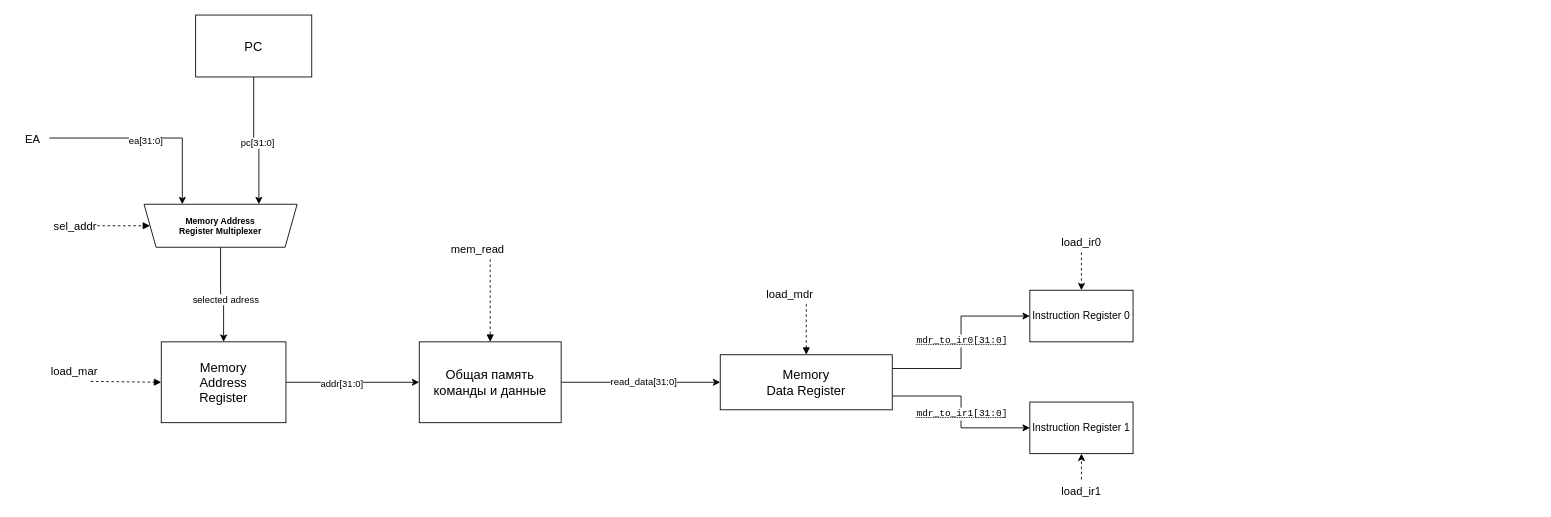
Before: scheme.drawio in LischenerKS/scheme, a draw.io diagram. Source tidied: cells renumbered, new cells numbered last; positions are measured from the earlier drawing's top-left corner, leaving out a move shared by most shapes. Both pictures are drawn from the tidied source at 86%, with x=0, y=0 at pixel (15, 15).
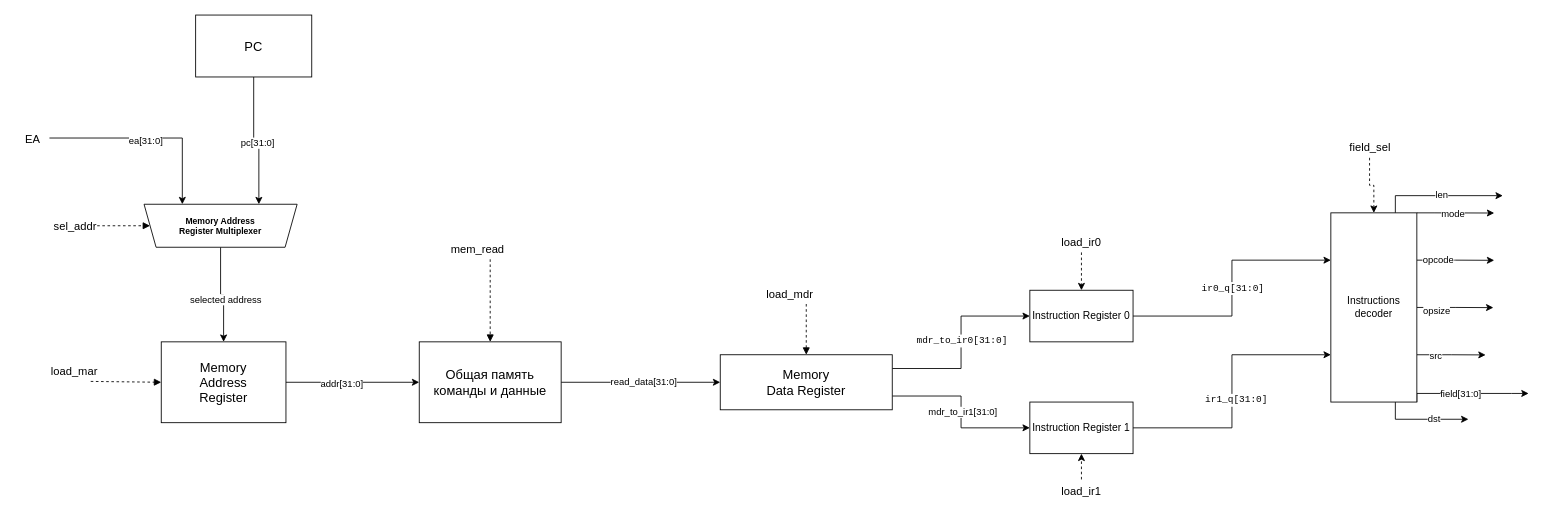
Above is the later version.

Commit message:
add instructions decoder

Unchanged cells that the change refers to:
```xml
<mxCell id="11" style="edgeStyle=orthogonalEdgeStyle;rounded=0;jettySize=auto;html=1;exitX=1;exitY=0.25;exitDx=0;exitDy=0;entryX=0;entryY=0.5;entryDx=0;entryDy=0;defaultLabelBackgroundColor=page;labelPadding=0 4;" parent="1" edge="1" source="15" target="30">
  <mxGeometry relative="1" as="geometry" />
</mxCell>
<mxCell id="13" style="edgeStyle=orthogonalEdgeStyle;rounded=0;jettySize=auto;html=1;exitX=1;exitY=0.75;exitDx=0;exitDy=0;entryX=0;entryY=0.5;entryDx=0;entryDy=0;defaultLabelBackgroundColor=page;labelPadding=0 4;" parent="1" edge="1" source="15" target="31">
  <mxGeometry relative="1" as="geometry" />
</mxCell>
<mxCell id="24" style="edgeStyle=orthogonalEdgeStyle;rounded=0;jettySize=auto;html=1;exitX=0.5;exitY=0;exitDx=0;exitDy=0;entryX=0.5;entryY=0;entryDx=0;entryDy=0;defaultLabelBackgroundColor=page;labelPadding=0 4;" parent="1" edge="1" source="26" target="7">
  <mxGeometry relative="1" as="geometry" />
</mxCell>
<mxCell id="30" value="Instruction Register 0" style="rounded=0;whiteSpace=wrap;html=1;" parent="1" vertex="1">
  <mxGeometry x="1180" y="320" width="120" height="60" as="geometry" />
</mxCell>
<mxCell id="31" value="Instruction Register 1" style="rounded=0;whiteSpace=wrap;html=1;" parent="1" vertex="1">
  <mxGeometry x="1180" y="450" width="120" height="60" as="geometry" />
</mxCell>
```

Change to the diagram source:
```diff
@@
-    <mxCell id="12" value="&lt;code&gt;&lt;abbr title=&quot;32 бита от регистра данных памяти ко входу первого регистра инструкции&quot;&gt;mdr_to_ir0[31:0]&lt;/abbr&gt;&lt;/code&gt;" style="edgeLabel;html=1;align=center;verticalAlign=middle;inheritText=1;defaultLabelBackgroundColor=page;labelPadding=0 4;" parent="11" vertex="1">
+    <mxCell id="12" value="&lt;code&gt;&lt;abbr&gt;mdr_to_ir0[31:0]&lt;/abbr&gt;&lt;/code&gt;" style="edgeLabel;html=1;align=center;verticalAlign=middle;inheritText=1;defaultLabelBackgroundColor=page;labelPadding=0 4;" parent="11" vertex="1">
       <mxGeometry x="0.02" relative="1" as="geometry" />
     </mxCell>
@@
-    <mxCell id="14" value="&lt;code&gt;&lt;abbr title=&quot;32 бита от регистра данных памяти ко входу первого регистра инструкции&quot;&gt;mdr_to_ir1[31:0]&lt;/abbr&gt;&lt;/code&gt;" style="edgeLabel;html=1;align=center;verticalAlign=middle;inheritText=1;defaultLabelBackgroundColor=page;labelPadding=0 4;" parent="13" vertex="1">
-      <mxGeometry x="0.02" relative="1" as="geometry" />
+    <mxCell id="14" value="mdr_to_ir1[31:0]" style="edgeLabel;html=1;align=center;verticalAlign=middle;inheritText=1;defaultLabelBackgroundColor=page;labelPadding=0 4;" parent="13" vertex="1">
+      <mxGeometry x="-0.01" y="1" relative="1" as="geometry" />
     </mxCell>
@@
-    <mxCell id="25" value="selected adress" style="edgeLabel;html=1;align=center;verticalAlign=middle;inheritText=1;defaultLabelBackgroundColor=page;labelPadding=0 4;" parent="24" vertex="1">
+    <mxCell id="25" value="selected address" style="edgeLabel;html=1;align=center;verticalAlign=middle;inheritText=1;defaultLabelBackgroundColor=page;labelPadding=0 4;" parent="24" vertex="1">
       <mxGeometry x="0.12" y="2" relative="1" as="geometry" />
     </mxCell>
@@
+    <mxCell id="36" style="edgeStyle=orthogonalEdgeStyle;rounded=0;jettySize=auto;html=1;exitX=1;exitY=0.5;exitDx=0;exitDy=0;entryX=0;entryY=0.25;entryDx=0;entryDy=0;defaultLabelBackgroundColor=page;labelPadding=0 4;" parent="1" edge="1" source="30" target="54">
+      <mxGeometry relative="1" as="geometry" />
+    </mxCell>
+    <mxCell id="37" value="&lt;code&gt;&lt;abbr&gt;ir0_q[31:0]&lt;/abbr&gt;&lt;/code&gt;" style="edgeLabel;html=1;align=center;verticalAlign=middle;inheritText=1;defaultLabelBackgroundColor=page;labelPadding=0 4;" parent="36" vertex="1">
+      <mxGeometry relative="1" as="geometry" />
+    </mxCell>
@@
+    <mxCell id="38" style="edgeStyle=orthogonalEdgeStyle;rounded=0;jettySize=auto;html=1;exitX=1;exitY=0.5;exitDx=0;exitDy=0;entryX=0;entryY=0.75;entryDx=0;entryDy=0;defaultLabelBackgroundColor=page;labelPadding=0 4;" parent="1" edge="1" source="31" target="54">
+      <mxGeometry relative="1" as="geometry" />
+    </mxCell>
+    <mxCell id="39" value="&lt;code&gt;&lt;abbr&gt;ir1_q[31:0]&lt;/abbr&gt;&lt;/code&gt;" style="edgeLabel;html=1;align=center;verticalAlign=middle;inheritText=1;defaultLabelBackgroundColor=page;labelPadding=0 4;" parent="38" vertex="1">
+      <mxGeometry x="-0.06" y="-4" relative="1" as="geometry" />
+    </mxCell>
@@
+    <mxCell id="40" style="edgeStyle=orthogonalEdgeStyle;rounded=0;jettySize=auto;html=1;exitX=1;exitY=0.25;exitDx=0;exitDy=0;defaultLabelBackgroundColor=page;labelPadding=0 4;" parent="1" edge="1" source="54">
+      <mxGeometry x="-0.45" relative="1" as="geometry">
+        <mxPoint x="1720" y="285.2" as="targetPoint" />
+      </mxGeometry>
+    </mxCell>
+    <mxCell id="41" value="opcode" style="edgeLabel;html=1;align=center;verticalAlign=middle;inheritText=1;defaultLabelBackgroundColor=page;labelPadding=0 4;" parent="40" vertex="1">
+      <mxGeometry x="-0.47" y="1" relative="1" as="geometry" />
+    </mxCell>
+    <mxCell id="42" style="edgeStyle=orthogonalEdgeStyle;rounded=0;jettySize=auto;html=1;exitX=1;exitY=0.5;exitDx=0;exitDy=0;defaultLabelBackgroundColor=page;labelPadding=0 4;" parent="1" edge="1" source="54">
+      <mxGeometry x="-0.02" relative="1" as="geometry">
+        <mxPoint x="1719" y="340.2" as="targetPoint" />
+      </mxGeometry>
+    </mxCell>
+    <mxCell id="43" value="opsize" style="edgeLabel;html=1;align=center;verticalAlign=middle;inheritText=1;defaultLabelBackgroundColor=page;labelPadding=0 4;" parent="42" vertex="1">
+      <mxGeometry x="-0.51" y="-3" relative="1" as="geometry" />
+    </mxCell>
+    <mxCell id="44" style="edgeStyle=orthogonalEdgeStyle;rounded=0;jettySize=auto;html=1;exitX=1;exitY=0.75;exitDx=0;exitDy=0;defaultLabelBackgroundColor=page;labelPadding=0 4;" parent="1" edge="1" source="54">
+      <mxGeometry relative="1" as="geometry">
+        <mxPoint x="1710" y="395.2" as="targetPoint" />
+      </mxGeometry>
+    </mxCell>
+    <mxCell id="45" value="src" style="edgeLabel;html=1;align=center;verticalAlign=middle;inheritText=1;defaultLabelBackgroundColor=page;labelPadding=0 4;" parent="44" vertex="1">
+      <mxGeometry x="-0.49" relative="1" as="geometry" />
+    </mxCell>
+    <mxCell id="46" style="edgeStyle=orthogonalEdgeStyle;rounded=0;jettySize=auto;html=1;exitX=0.75;exitY=1;exitDx=0;exitDy=0;defaultLabelBackgroundColor=page;labelPadding=0 4;" parent="1" edge="1" source="54">
+      <mxGeometry x="0.2" relative="1" as="geometry">
+        <mxPoint x="1690" y="470" as="targetPoint" />
+        <Array as="points">
+          <mxPoint x="1605" y="470" />
+        </Array>
+      </mxGeometry>
+    </mxCell>
+    <mxCell id="47" value="dst" style="edgeLabel;html=1;align=center;verticalAlign=middle;inheritText=1;defaultLabelBackgroundColor=page;labelPadding=0 4;" parent="46" vertex="1">
+      <mxGeometry x="0.21" y="1" relative="1" as="geometry" />
+    </mxCell>
+    <mxCell id="48" style="edgeStyle=orthogonalEdgeStyle;rounded=0;jettySize=auto;html=1;exitX=1;exitY=0;exitDx=0;exitDy=0;defaultLabelBackgroundColor=page;labelPadding=0 4;" parent="1" edge="1" source="54">
+      <mxGeometry relative="1" as="geometry">
+        <mxPoint x="1720" y="230.2" as="targetPoint" />
+        <Array as="points">
+          <mxPoint x="1650" y="230" />
+          <mxPoint x="1650" y="230" />
+        </Array>
+      </mxGeometry>
+    </mxCell>
+    <mxCell id="49" value="mode" style="edgeLabel;html=1;align=center;verticalAlign=middle;inheritText=1;defaultLabelBackgroundColor=page;labelPadding=0 4;" parent="48" vertex="1">
+      <mxGeometry x="-0.06" relative="1" as="geometry" />
+    </mxCell>
+    <mxCell id="50" style="edgeStyle=orthogonalEdgeStyle;rounded=0;jettySize=auto;html=1;exitX=0.75;exitY=0;exitDx=0;exitDy=0;defaultLabelBackgroundColor=page;labelPadding=0 4;" parent="1" edge="1" source="54">
+      <mxGeometry x="0.3" relative="1" as="geometry">
+        <mxPoint x="1730" y="210" as="targetPoint" />
+        <Array as="points">
+          <mxPoint x="1605" y="210" />
+        </Array>
+      </mxGeometry>
+    </mxCell>
+    <mxCell id="51" value="len" style="edgeLabel;html=1;align=center;verticalAlign=middle;inheritText=1;defaultLabelBackgroundColor=page;labelPadding=0 4;" parent="50" vertex="1">
+      <mxGeometry x="0.01" y="2" relative="1" as="geometry" />
+    </mxCell>
+    <mxCell id="52" style="edgeStyle=orthogonalEdgeStyle;rounded=0;jettySize=auto;html=1;exitX=1;exitY=1;exitDx=0;exitDy=0;defaultLabelBackgroundColor=page;labelPadding=0 4;" parent="1" edge="1" source="54">
+      <mxGeometry relative="1" as="geometry">
+        <mxPoint x="1760" y="440" as="targetPoint" />
+        <Array as="points">
+          <mxPoint x="1630" y="440" />
+          <mxPoint x="1740" y="440" />
+        </Array>
+      </mxGeometry>
+    </mxCell>
+    <mxCell id="53" value="field[31:0]" style="edgeLabel;html=1;align=center;verticalAlign=middle;inheritText=1;defaultLabelBackgroundColor=page;labelPadding=0 4;" parent="52" vertex="1">
+      <mxGeometry x="-0.15" relative="1" as="geometry" />
+    </mxCell>
+    <mxCell id="54" value="Instructions decoder" style="rounded=0;whiteSpace=wrap;html=1;" parent="1" vertex="1">
+      <mxGeometry x="1530" y="230" width="100" height="220" as="geometry" />
+    </mxCell>
+    <mxCell id="55" style="edgeStyle=orthogonalEdgeStyle;rounded=0;jettySize=auto;html=1;exitX=0.5;exitY=1;exitDx=0;exitDy=0;entryX=0.5;entryY=0;entryDx=0;entryDy=0;defaultLabelBackgroundColor=page;labelPadding=0 4;dashed=1;" parent="1" edge="1" source="56" target="54">
+      <mxGeometry relative="1" as="geometry" />
+    </mxCell>
+    <mxCell id="56" value="field_sel" style="rounded=0;whiteSpace=wrap;html=0;fontSize=15;text;strokeColor=none;fillColor=none;fontSize=13;" parent="1" vertex="1">
+      <mxGeometry x="1550" y="140" width="50" height="26" as="geometry" />
+    </mxCell>
```
